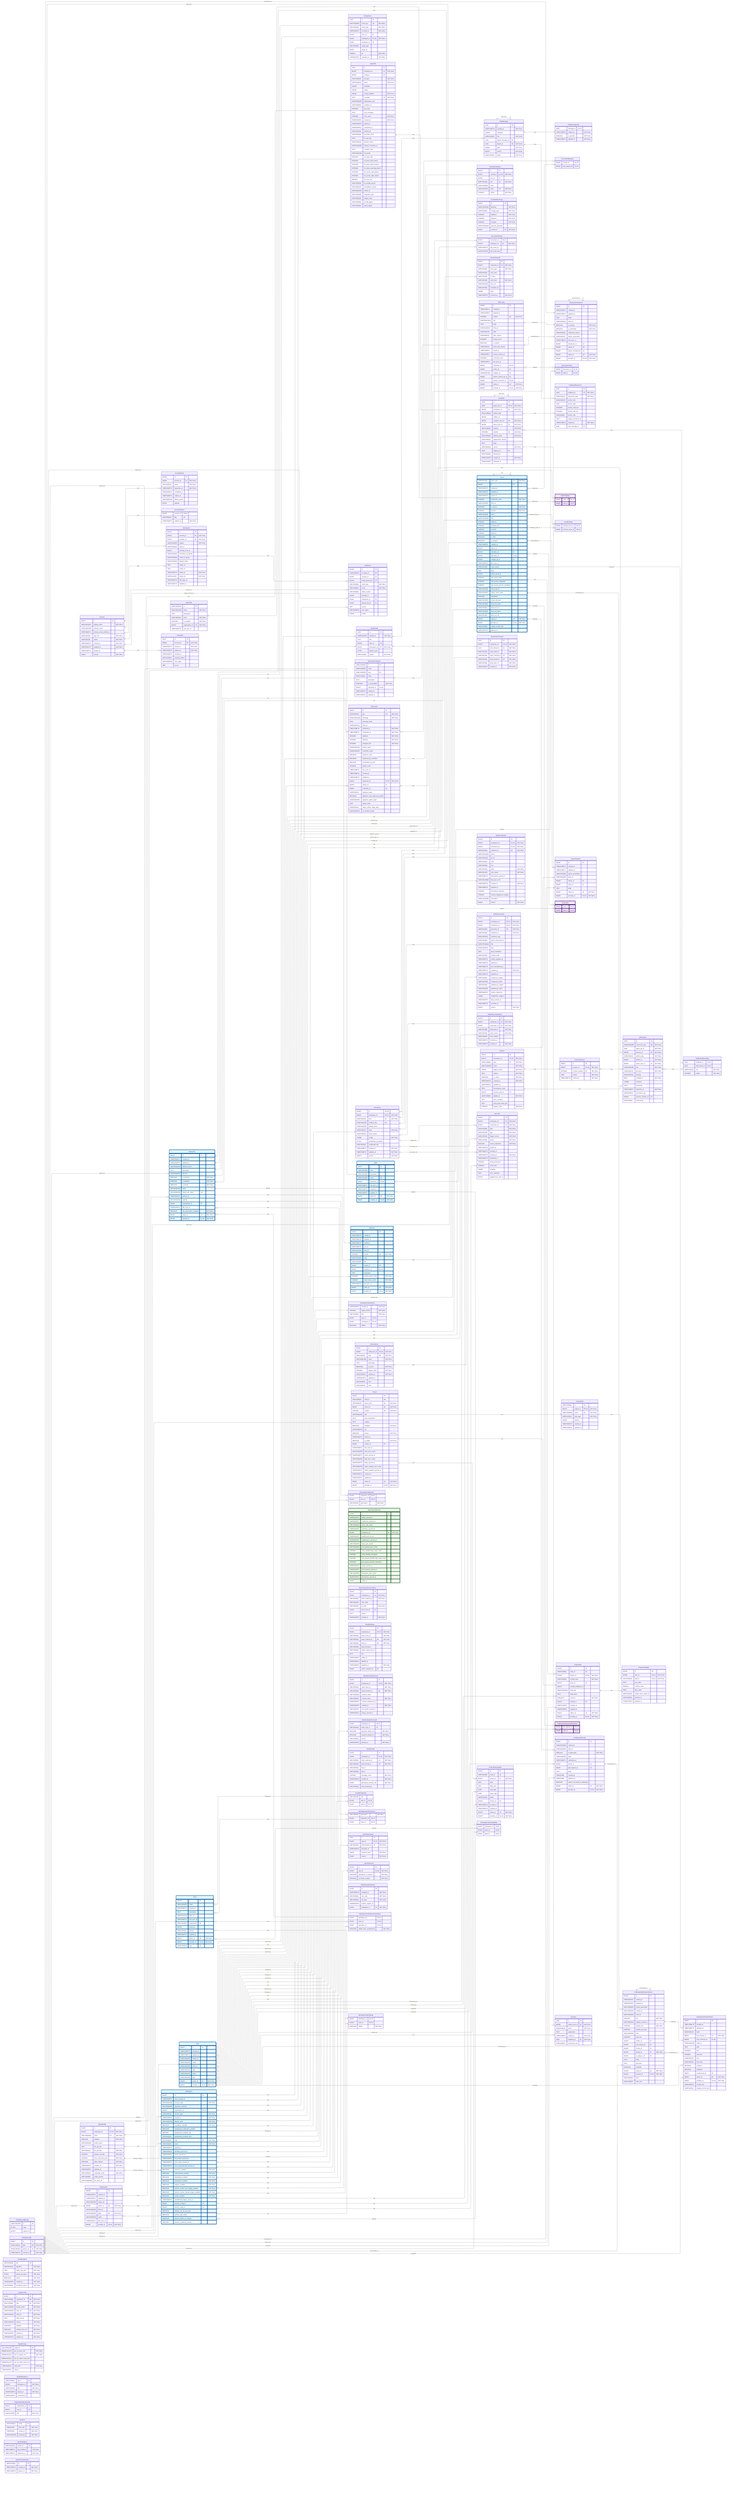
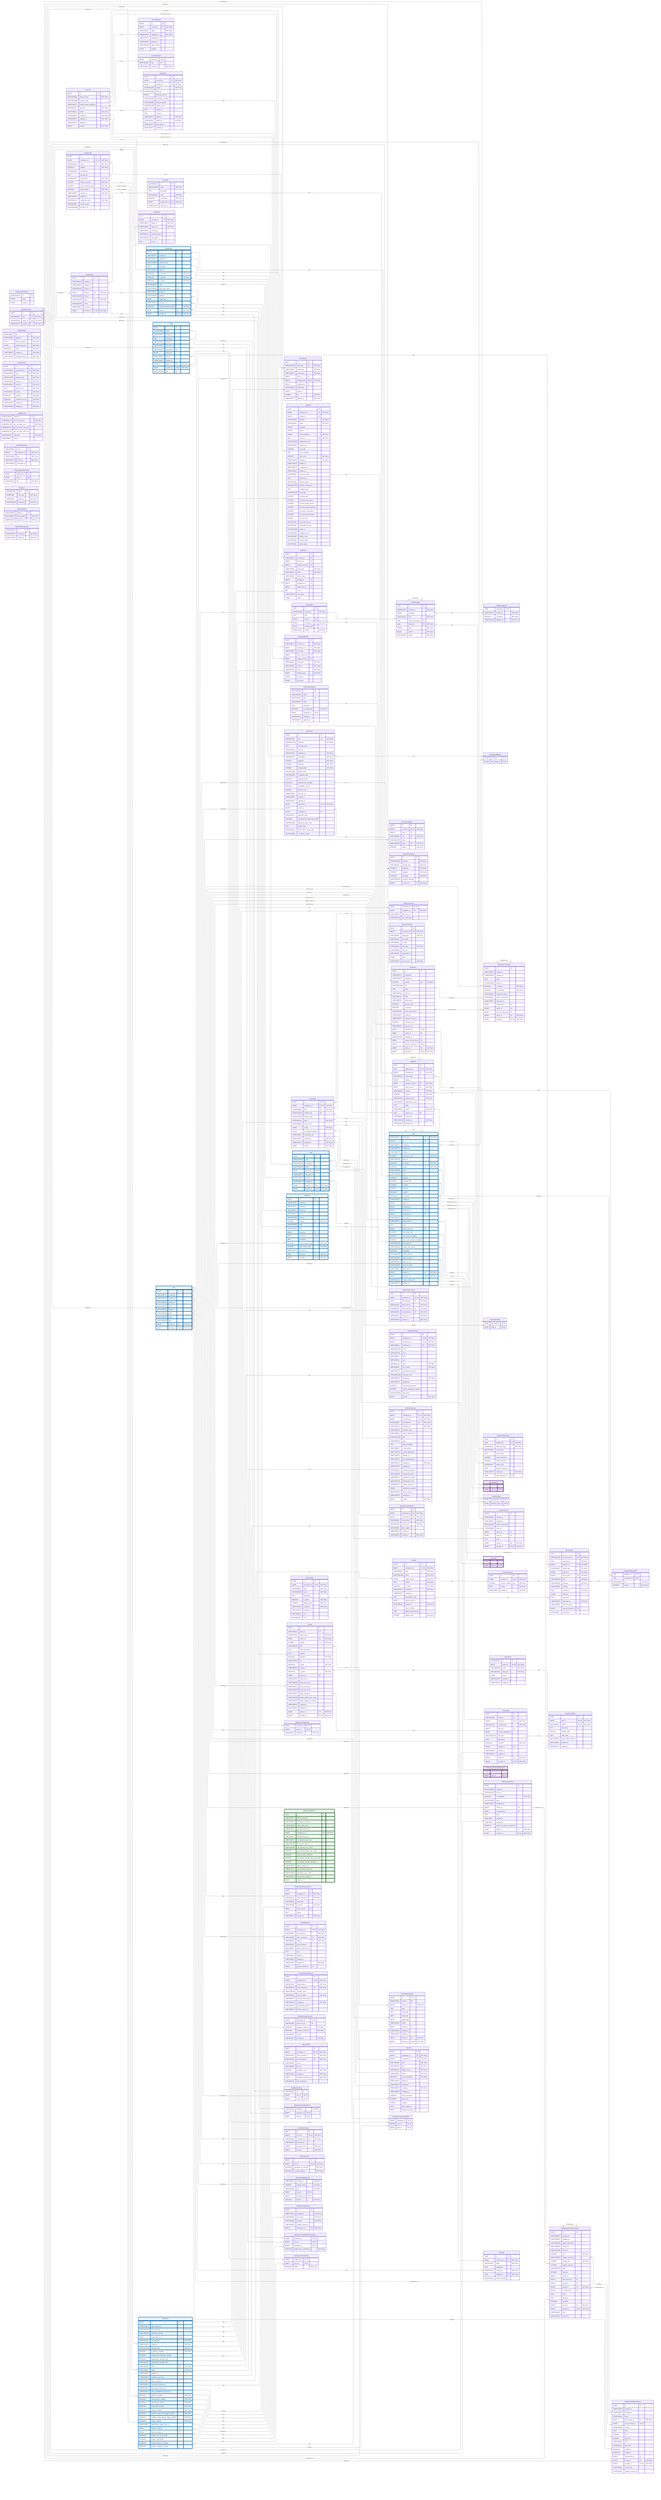
---
config:
    layout: elk
---
erDiagram
    %% Generated automatically from PostgreSQL database schema
    %% using scripts/generate-mermaid-erd.ts
    %% To regenerate: pnpm run db:generate-erd-docs

    direction LR

    Account {
        BIGINT id PK
        VARCHAR(255) display_name "NOT NULL"
        USER-DEFINED primary_email
        TIMESTAMPTZ primary_email_verified_at
        VARCHAR(16) app_role "NOT NULL"
        VARCHAR(16) status "NOT NULL"
        TIMESTAMPTZ created_at "NOT NULL"
        TIMESTAMPTZ updated_at "NOT NULL"
        TIMESTAMPTZ deleted_at
        BIGINT version "NOT NULL"
    }

    AccountExport {
        BIGINT id PK
        BIGINT account_id FK "NOT NULL"
        VARCHAR(16) status "NOT NULL"
        TIMESTAMPTZ requested_at "NOT NULL"
        TIMESTAMPTZ completed_at
        TIMESTAMPTZ expires_at
        VARCHAR(128) failure_reason
        BYTEA payload
    }

    AccountFeature {
        BIGINT account_id PK,FK
        VARCHAR(64) flag PK
        TIMESTAMPTZ enabled_at "NOT NULL"
    }

    ActivityEvent {
        UUID id PK
        VARCHAR(255) event_key UK "NOT NULL"
        VARCHAR(64) event_type "NOT NULL"
        TIMESTAMPTZ occurred_at "NOT NULL"
        BIGINT actor_id FK
        BIGINT workspace_id FK,UK "NOT NULL"
        BIGINT repository_id FK
        VARCHAR(32) target_type
        BIGINT target_id
        DOUBLE xp "NOT NULL"
        TIMESTAMPTZ ingested_at "NOT NULL"
    }

    AgentConfig {
        BIGINT id PK
        BIGINT workspace_id FK,UK "NOT NULL"
        VARCHAR(100) name UK "NOT NULL"
        BOOLEAN enabled "NOT NULL"
        VARCHAR(128) model_name
        TEXT llm_api_key
        VARCHAR(32) llm_provider "NOT NULL"
        INTEGER timeout_seconds "NOT NULL"
        INTEGER max_concurrent_jobs "NOT NULL"
        BOOLEAN allow_internet "NOT NULL"
        TIMESTAMPTZ created_at "NOT NULL"
        TIMESTAMPTZ updated_at
        VARCHAR(16) credential_mode "NOT NULL"
        VARCHAR(50) model_version
        VARCHAR(2048) llm_base_url
    }

    AgentJob {
        UUID id PK
        BIGINT workspace_id FK "NOT NULL"
        BIGINT config_id FK
        VARCHAR(50) job_type "NOT NULL"
        VARCHAR(20) status "NOT NULL"
        JSONB metadata
        JSONB output
        JSONB config_snapshot "NOT NULL"
        TEXT job_token UK "NOT NULL"
        VARCHAR(255) idempotency_key
        VARCHAR(64) container_id
        INTEGER exit_code
        TEXT error_message
        INTEGER retry_count "NOT NULL"
        TIMESTAMPTZ created_at "NOT NULL"
        TIMESTAMPTZ started_at
        TIMESTAMPTZ completed_at
        VARCHAR(64) network_id
        VARCHAR(64) job_token_hash
        TEXT llm_api_key
        VARCHAR(20) delivery_status
        VARCHAR(255) delivery_comment_id
        TEXT container_logs
        VARCHAR(100) llm_model
        INTEGER llm_total_calls
        INTEGER llm_total_input_tokens
        INTEGER llm_total_output_tokens
        INTEGER llm_total_reasoning_tokens
        INTEGER llm_cache_read_tokens
        INTEGER llm_cache_write_tokens
        DOUBLE llm_cost_usd
        VARCHAR(50) llm_model_version
        VARCHAR(32) cancellation_reason
        VARCHAR(255) worker_id
        VARCHAR(48) integration_kind
        VARCHAR(48) subject_class
        VARCHAR(64) prompt_digest
        VARCHAR(64) inputs_digest
    }

    AuthEvent {
        BIGINT id PK
        TIMESTAMPTZ occurred_at PK
        BIGINT account_id FK
        BIGINT acting_account_id FK
        VARCHAR(48) event_type "NOT NULL"
        VARCHAR(16) result "NOT NULL"
        VARCHAR(64) failure_reason
        BIGINT provider_id FK
        BIGINT workspace_id FK
        BIGINT identity_link_id FK
        INET ip_inet
        VARCHAR(512) user_agent
        JSONB details
    }

    AuthRateLimitBucket {
        VARCHAR(255) id PK
        BYTEA state
        BIGINT expires_at
    }

    ChatMessage {
        UUID id PK
        TIMESTAMPTZ created_at "NOT NULL"
        JSONB metadata
        VARCHAR(16) role "NOT NULL"
        UUID parent_message_id FK
        UUID thread_id FK "NOT NULL"
        JSONB parts "NOT NULL"
        BIGINT version "NOT NULL"
        VARCHAR(16) status "NOT NULL"
    }

    ChatMessageVote {
        UUID message_id PK,FK
        TIMESTAMPTZ created_at "NOT NULL"
        BOOLEAN is_upvoted "NOT NULL"
        TIMESTAMPTZ updated_at "NOT NULL"
    }

    ChatThread {
        UUID id PK
        TIMESTAMPTZ created_at "NOT NULL"
        TEXT title
        BIGINT user_id FK
        BIGINT workspace_id FK "NOT NULL"
        BYTEA session_jsonl
        VARCHAR(16) surface "NOT NULL"
    }

    CommitContributor {
        BIGINT id PK
        BIGINT commit_id FK,UK "NOT NULL"
        BIGINT user_id FK
        VARCHAR(32) role UK "NOT NULL"
        VARCHAR(255) name
        VARCHAR(255) email UK "NOT NULL"
        INTEGER ordinal "NOT NULL"
    }

    CommitFileChange {
        BIGINT id PK
        VARCHAR(1024) filename "NOT NULL"
        VARCHAR(32) change_type "NOT NULL"
        INTEGER additions "NOT NULL"
        INTEGER deletions "NOT NULL"
        INTEGER changes "NOT NULL"
        VARCHAR(1024) previous_filename
        BIGINT commit_id FK "NOT NULL"
    }

    CommitPullRequest {
        BIGINT commit_id PK,FK
        BIGINT pull_request_id PK,FK
+     }
+ 
+     ConfigAuditEvent {
+         BIGINT id PK
+         TIMESTAMPTZ occurred_at "NOT NULL"
+         BIGINT workspace_id FK "NOT NULL"
+         VARCHAR(16) actor_kind "NOT NULL"
+         BIGINT actor_account_id FK
+         BIGINT acting_account_id FK
+         VARCHAR(48) entity_type "NOT NULL"
+         VARCHAR(64) entity_id "NOT NULL"
+         VARCHAR(16) action "NOT NULL"
+         ARRAY changed_keys "NOT NULL"
+         JSONB old_value
+         JSONB new_value
    }

    Connection {
        BIGINT id PK,UK
        BIGINT workspace_id FK,UK "NOT NULL"
        VARCHAR(48) kind UK "NOT NULL"
        VARCHAR(128) instance_key UK
        VARCHAR(256) display_name
        VARCHAR(32) state "NOT NULL"
        VARCHAR(512) state_reason
        JSONB config "NOT NULL"
        BYTEA credentials_encrypted
        VARCHAR(64) credentials_alg
        TIMESTAMPTZ created_at "NOT NULL"
        TIMESTAMPTZ updated_at "NOT NULL"
        BIGINT version "NOT NULL"
    }

    ConnectionActivity {
        BIGINT connection_id PK,FK
        BIGINT workspace_id FK "NOT NULL"
        TIMESTAMPTZ last_event_at
        VARCHAR(128) last_event_type
    }

    ConnectionAudit {
        BIGINT id PK
        BIGINT connection_id FK "NOT NULL"
        VARCHAR(48) event_type "NOT NULL"
        VARCHAR(32) from_state
        VARCHAR(32) to_state
        VARCHAR(32) actor_kind "NOT NULL"
        VARCHAR(256) actor_ref
        VARCHAR(64) correlation_id
        JSONB detail
        TIMESTAMPTZ occurred_at "NOT NULL"
    }

    Discussion {
        BIGINT id PK
        TIMESTAMPTZ created_at
        TIMESTAMPTZ updated_at
        INTEGER number UK "NOT NULL"
        VARCHAR(1024) title
        TEXT body
        VARCHAR(512) html_url
        VARCHAR(16) state
        VARCHAR(32) state_reason
        INTEGER upvote_count
        BOOLEAN is_locked
        VARCHAR(32) active_lock_reason
        TIMESTAMPTZ closed_at
        TIMESTAMPTZ answer_chosen_at
        INTEGER comment_count
        TIMESTAMPTZ last_sync_at
        BIGINT repository_id FK,UK
        BIGINT author_id FK
        VARCHAR(128) category_id FK
        BIGINT answer_chosen_by_id FK
        BIGINT answer_comment_id FK,UK
        BIGINT native_id UK "NOT NULL"
        BIGINT provider_id FK,UK "NOT NULL"
    }

    DiscussionCategory {
        VARCHAR(128) id PK
        VARCHAR(255) name
        VARCHAR(128) slug UK
        VARCHAR(32) emoji
        TEXT description
        BOOLEAN is_answerable "NOT NULL"
        BIGINT repository_id FK,UK
        TIMESTAMPTZ created_at
        TIMESTAMPTZ updated_at
    }

    DiscussionComment {
        BIGINT id PK
        TIMESTAMPTZ created_at
        TIMESTAMPTZ updated_at
        TEXT body
        VARCHAR(512) html_url
        BOOLEAN is_answer "NOT NULL"
        BOOLEAN is_minimized "NOT NULL"
        VARCHAR(64) minimized_reason
        VARCHAR(32) author_association
        TIMESTAMPTZ last_sync_at
        BIGINT discussion_id FK
        BIGINT author_id FK
        BIGINT parent_comment_id FK
        BIGINT native_id UK "NOT NULL"
        BIGINT provider_id FK,UK "NOT NULL"
    }

    DiscussionLabel {
        BIGINT discussion_id PK,FK
        BIGINT label_id PK,FK
    }

    Feedback {
        UUID id PK
        UUID agent_job_id FK,UK "NOT NULL"
        BIGINT workspace_id FK "NOT NULL"
        VARCHAR(32) artifact_type
        BIGINT artifact_id
        BIGINT recipient_user_id FK "NOT NULL"
        BIGINT about_user_id FK "NOT NULL"
        VARCHAR(32) channel "NOT NULL"
        INTEGER position UK "NOT NULL"
        VARCHAR(16) delivery_state "NOT NULL"
        VARCHAR(32) suppression_reason
        TEXT body
        VARCHAR(16) source "NOT NULL"
        UUID replaces_id FK
        VARCHAR(64) thread_key
        TIMESTAMPTZ created_at "NOT NULL"
        TIMESTAMPTZ delivered_at
    }

    FeedbackObservation {
        UUID feedback_id PK,FK
        UUID observation_id PK,FK
        VARCHAR(16) role "NOT NULL"
        INTEGER ordinal "NOT NULL"
    }

    FeedbackPlacement {
        UUID id PK
        UUID feedback_id FK "NOT NULL"
        VARCHAR(32) placement_type "NOT NULL"
        VARCHAR(16) anchor_kind
        TEXT anchor_path
        INTEGER anchor_start_line
        INTEGER anchor_end_line
        VARCHAR(8) anchor_side
        TEXT posted_comment_ref
        TIMESTAMPTZ created_at "NOT NULL"
        UUID chat_message_id FK
    }

    GitCommit {
        BIGINT id PK
        VARCHAR(40) sha UK "NOT NULL"
        VARCHAR(1024) message "NOT NULL"
        TEXT message_body
        VARCHAR(512) html_url
        TIMESTAMPTZ authored_at "NOT NULL"
        TIMESTAMPTZ committed_at "NOT NULL"
        INTEGER additions "NOT NULL"
        INTEGER deletions "NOT NULL"
        INTEGER changed_files "NOT NULL"
        VARCHAR(255) author_email
        VARCHAR(255) committer_email
        BOOLEAN signature_valid
        BOOLEAN authored_by_committer
        BOOLEAN committed_via_web
        INTEGER parent_count
        TIMESTAMPTZ last_sync_at
        TIMESTAMPTZ created_at
        TIMESTAMPTZ updated_at
        BIGINT repository_id FK,UK "NOT NULL"
        BIGINT author_id FK
        BIGINT committer_id FK
        VARCHAR(32) signature_state
        BOOLEAN signature_was_signed_by_github
        VARCHAR(255) signature_signer_login
        TEXT parent_shas
        VARCHAR(32) status_check_rollup_state
        VARCHAR(255) on_behalf_of_login
    }

    IdentityLink {
        BIGINT id PK
        BIGINT account_id FK "NOT NULL"
        BIGINT provider_id FK "NOT NULL"
        VARCHAR(255) subject "NOT NULL"
        VARCHAR(255) team_id
        BIGINT external_actor_id
        VARCHAR(255) username_at_signup
        VARCHAR(320) email_at_signup
        VARCHAR(255) display_name
        TEXT avatar_url
        TEXT profile_url
        TIMESTAMPTZ linked_at "NOT NULL"
        VARCHAR(16) linked_via "NOT NULL"
        TIMESTAMPTZ last_login_at
        TIMESTAMPTZ disabled_at
    }

    IdentityProvider {
        BIGINT id PK
        VARCHAR(10) type UK "NOT NULL"
        VARCHAR(512) server_url UK "NOT NULL"
        TIMESTAMPTZ created_at "NOT NULL"
    }

    Issue {
        VARCHAR(31) issue_type UK "NOT NULL"
        BIGINT id PK
        TIMESTAMPTZ created_at
        TIMESTAMPTZ updated_at
        TIMESTAMPTZ closed_at
        INTEGER comments_count "NOT NULL"
        VARCHAR(255) html_url
        BOOLEAN is_locked "NOT NULL"
        INTEGER number UK "NOT NULL"
        VARCHAR(255) state
        VARCHAR(1024) title
        INTEGER additions
        INTEGER changed_files
        INTEGER commits
        INTEGER deletions
        BOOLEAN is_draft
        BOOLEAN is_merged
        TIMESTAMPTZ merged_at
        BIGINT author_id FK
        BIGINT milestone_id FK
        BIGINT repository_id FK,UK
        BIGINT merged_by_id FK
        TIMESTAMPTZ last_sync_at
        VARCHAR(32) state_reason
        TEXT body
        BIGINT parent_issue_id FK
        INTEGER sub_issues_total
        INTEGER sub_issues_completed
        INTEGER sub_issues_percent_completed
        VARCHAR(128) issue_type_id FK
        VARCHAR(255) merge_state_status
        BOOLEAN mergeable
        VARCHAR(255) review_decision
        VARCHAR(255) head_ref_name
        VARCHAR(40) head_ref_oid
        VARCHAR(255) base_ref_name
        VARCHAR(40) base_ref_oid
        BIGINT native_id UK "NOT NULL"
        BIGINT provider_id FK,UK "NOT NULL"
        VARCHAR(40) merge_commit_sha
        TIMESTAMPTZ deleted_at
    }

    IssueAssignee {
        BIGINT issue_id PK,FK
        BIGINT user_id PK,FK
    }

    IssueBlocking {
        BIGINT blocked_issue_id PK,FK
        BIGINT blocking_issue_id PK,FK
    }

    IssueComment {
        BIGINT id PK
        TIMESTAMPTZ created_at
        TIMESTAMPTZ updated_at
        VARCHAR(255) author_association
        VARCHAR(255) html_url
        BIGINT author_id FK
        BIGINT issue_id FK
        TEXT body
        BIGINT native_id UK "NOT NULL"
        BIGINT provider_id FK,UK "NOT NULL"
    }

    IssueLabel {
        BIGINT issue_id PK,FK
        BIGINT label_id PK,FK
    }

    IssueType {
        VARCHAR(128) id PK
        VARCHAR(128) name "NOT NULL"
        TEXT description
        VARCHAR(20) color "NOT NULL"
        BOOLEAN is_enabled "NOT NULL"
        BIGINT organization_id FK "NOT NULL"
        TIMESTAMPTZ last_sync_at
    }

    IssuedJwt {
        UUID jti PK
        BIGINT account_id FK "NOT NULL"
        TIMESTAMPTZ issued_at "NOT NULL"
        TIMESTAMPTZ expires_at "NOT NULL"
        TIMESTAMPTZ revoked_at
        VARCHAR(32) revoked_reason
        VARCHAR(512) user_agent
        INET ip_inet
    }

    JwtSigningKey {
        VARCHAR(64) kid PK
        VARCHAR(16) algorithm "NOT NULL"
        TEXT public_key_pem "NOT NULL"
        BYTEA private_key_pem "NOT NULL"
        BOOLEAN active "NOT NULL"
        TIMESTAMPTZ created_at "NOT NULL"
        VARCHAR(64) encryption_key_id "NOT NULL"
    }

    Label {
        BIGINT id PK
        VARCHAR(255) color
        VARCHAR(255) description
        VARCHAR(255) name UK
        BIGINT repository_id FK,UK
        TIMESTAMPTZ last_sync_at
        TIMESTAMPTZ created_at
        TIMESTAMPTZ updated_at
        BIGINT native_id UK "NOT NULL"
        BIGINT provider_id FK,UK "NOT NULL"
    }

    LoginProvider {
        BIGINT id PK
        VARCHAR(64) registration_id UK "NOT NULL"
        VARCHAR(10) type UK "NOT NULL"
        VARCHAR(255) display_name "NOT NULL"
        VARCHAR(512) base_url UK "NOT NULL"
        VARCHAR(512) client_id "NOT NULL"
        TEXT client_secret "NOT NULL"
        VARCHAR(512) scopes "NOT NULL"
        BOOLEAN enabled "NOT NULL"
        BOOLEAN seeded_from_env "NOT NULL"
        TIMESTAMPTZ created_at "NOT NULL"
        TIMESTAMPTZ updated_at "NOT NULL"
    }

    MentorSlackThread {
        UUID id PK
        BIGINT workspace_id FK,UK "NOT NULL"
        UUID chat_thread_id FK "NOT NULL"
        VARCHAR(32) slack_team_id "NOT NULL"
        VARCHAR(32) slack_channel_id UK "NOT NULL"
        VARCHAR(32) slack_thread_ts UK "NOT NULL"
        VARCHAR(32) slack_user_id "NOT NULL"
        TIMESTAMPTZ created_at "NOT NULL"
    }

    Milestone {
        BIGINT id PK
        TIMESTAMPTZ created_at
        TIMESTAMPTZ updated_at
        TIMESTAMPTZ closed_at
        TIMESTAMPTZ due_on
        VARCHAR(255) html_url
        INTEGER number UK "NOT NULL"
        VARCHAR(255) state
        VARCHAR(255) title
        BIGINT creator_id FK
        BIGINT repository_id FK,UK
        TEXT description
        INTEGER closed_issues_count "NOT NULL"
        INTEGER open_issues_count "NOT NULL"
        TIMESTAMPTZ last_sync_at
        BIGINT native_id UK "NOT NULL"
        BIGINT provider_id FK,UK "NOT NULL"
    }

    ModelPricing {
        VARCHAR(128) model_id PK
        NUMERIC(12,6) per_1k_input_usd "NOT NULL"
        NUMERIC(12,6) per_1k_output_usd "NOT NULL"
        NUMERIC(12,6) per_1k_cache_read_usd
        NUMERIC(12,6) per_1k_cache_write_usd
        TIMESTAMPTZ valid_from "NOT NULL"
        TIMESTAMPTZ valid_to
    }

    OauthStateNonce {
        VARCHAR(32) nonce PK
        BIGINT workspace_id "NOT NULL"
        VARCHAR(48) kind "NOT NULL"
        TIMESTAMPTZ issued_at "NOT NULL"
        TIMESTAMPTZ consumed_at
    }

    Observation {
        UUID id PK
        VARCHAR(255) occurrence_key UK "NOT NULL"
        UUID agent_job_id "NOT NULL"
        BIGINT practice_id FK "NOT NULL"
        VARCHAR(32) artifact_type "NOT NULL"
        BIGINT artifact_id "NOT NULL"
        BIGINT about_user_id FK "NOT NULL"
        VARCHAR(255) title "NOT NULL"
        VARCHAR(16) presence "NOT NULL"
        VARCHAR(16) severity
        REAL confidence "NOT NULL"
        JSONB evidence
        TEXT reasoning
        TIMESTAMPTZ observed_at "NOT NULL"
        VARCHAR(64) recurrence_key
        BIGINT practice_revision_id FK
        VARCHAR(8) assessment
    }

    Organization {
        BIGINT id PK
        TIMESTAMPTZ created_at
        TIMESTAMPTZ updated_at
        VARCHAR(255) avatar_url
        BIGINT native_id UK "NOT NULL"
        VARCHAR(255) html_url
        VARCHAR(255) login UK "NOT NULL"
        VARCHAR(255) name
        TIMESTAMPTZ last_sync_at
        BIGINT provider_id FK,UK "NOT NULL"
    }

    OrganizationMembership {
        BIGINT organization_id PK
        BIGINT user_id PK
        VARCHAR(32) role "NOT NULL"
    }

    OutlineCollection {
        BIGINT id PK
        BIGINT workspace_id FK,UK "NOT NULL"
        BIGINT connection_id FK,UK "NOT NULL"
        VARCHAR(64) collection_id UK "NOT NULL"
        VARCHAR(1024) name
        VARCHAR(512) url_id
        VARCHAR(32) color
        VARCHAR(64) icon
        VARCHAR(16) state "NOT NULL"
        VARCHAR(16) sync_status "NOT NULL"
        TIMESTAMPTZ documents_synced_at
        VARCHAR(2048) last_sync_error
        TIMESTAMPTZ created_at "NOT NULL"
        TIMESTAMPTZ updated_at
        INTEGER documents_upstream
        INTEGER exports_skipped_for_budget
        VARCHAR(2048) description
        BIGINT version "NOT NULL"
    }

    OutlineDocument {
        BIGINT id PK
        BIGINT workspace_id FK,UK "NOT NULL"
        BIGINT connection_id FK,UK "NOT NULL"
        VARCHAR(64) document_id UK "NOT NULL"
        VARCHAR(64) collection_id "NOT NULL"
        VARCHAR(512) collection_slug
        VARCHAR(64) parent_document_id
        VARCHAR(1024) title
        VARCHAR(512) slug
        TEXT body_markdown
        VARCHAR(64) content_hash
        TIMESTAMPTZ outline_updated_at
        TIMESTAMPTZ deleted_at
        TIMESTAMPTZ last_materialized_at
        TIMESTAMPTZ created_at "NOT NULL"
        TIMESTAMPTZ updated_at
        VARCHAR(64) created_by_subject
        VARCHAR(255) created_by_name
        VARCHAR(64) updated_by_subject
        VARCHAR(255) updated_by_name
        TIMESTAMPTZ outline_created_at
        JSONB collaborator_subjects
        TIMESTAMPTZ body_evicted_at
        TIMESTAMPTZ archived_at
        BIGINT version "NOT NULL"
    }

    OutlineDocumentEvent {
        BIGINT id PK
        BIGINT workspace_id FK "NOT NULL"
        BIGINT connection_id FK "NOT NULL"
        VARCHAR(64) document_id "NOT NULL"
        VARCHAR(64) event_name "NOT NULL"
        VARCHAR(64) actor_subject
        TIMESTAMPTZ occurred_at
        TIMESTAMPTZ created_at "NOT NULL"
    }

    Practice {
        BIGINT id PK
        BIGINT workspace_id FK,UK "NOT NULL"
        VARCHAR(64) slug UK "NOT NULL"
        VARCHAR(128) name "NOT NULL"
        JSONB trigger_events "NOT NULL"
        TEXT criteria "NOT NULL"
        BOOLEAN is_active "NOT NULL"
        TIMESTAMPTZ created_at "NOT NULL"
        TIMESTAMPTZ updated_at
        TEXT precompute_script
        BIGINT practice_area_id FK
        VARCHAR(32) applies_to "NOT NULL"
        TEXT why_it_matters
        TEXT what_good_looks_like
        INTEGER display_order "NOT NULL"
    }

    PracticeArea {
        BIGINT id PK
        BIGINT workspace_id FK,UK "NOT NULL"
        VARCHAR(64) slug UK "NOT NULL"
        VARCHAR(128) name "NOT NULL"
        TEXT description
        BOOLEAN is_active "NOT NULL"
        INTEGER display_order "NOT NULL"
        TIMESTAMPTZ created_at "NOT NULL"
        TIMESTAMPTZ updated_at
        VARCHAR(64) icon
        VARCHAR(32) color
    }

    PracticeRevision {
        BIGINT id PK
        BIGINT practice_id FK,UK "NOT NULL"
        INTEGER revision_number UK "NOT NULL"
        TEXT criteria "NOT NULL"
        TIMESTAMPTZ created_at "NOT NULL"
    }

    Project {
        BIGINT id PK
        VARCHAR(64) node_id UK
        VARCHAR(32) owner_type UK "NOT NULL"
        BIGINT owner_id UK "NOT NULL"
        INTEGER number UK "NOT NULL"
        VARCHAR(256) title
        TEXT short_description
        TEXT readme
        BOOLEAN template "NOT NULL"
        VARCHAR(512) url
        BOOLEAN closed "NOT NULL"
        TIMESTAMPTZ closed_at
        BOOLEAN is_public "NOT NULL"
        BIGINT creator_id FK
        TIMESTAMPTZ last_sync_at
        VARCHAR(256) item_sync_cursor
        TIMESTAMPTZ items_synced_at
        VARCHAR(256) field_sync_cursor
        TIMESTAMPTZ fields_synced_at
        VARCHAR(256) status_update_sync_cursor
        TIMESTAMPTZ status_updates_synced_at
        TIMESTAMPTZ created_at
        TIMESTAMPTZ updated_at
        BIGINT native_id UK "NOT NULL"
        BIGINT provider_id FK,UK "NOT NULL"
    }

    ProjectField {
        VARCHAR(64) id PK
        BIGINT project_id FK,UK "NOT NULL"
        VARCHAR(256) name UK "NOT NULL"
        VARCHAR(32) data_type "NOT NULL"
        JSONB options
        TIMESTAMPTZ created_at
        TIMESTAMPTZ updated_at
    }

    ProjectFieldValue {
        BIGINT id PK
        BIGINT item_id FK,UK "NOT NULL"
        VARCHAR(64) field_id FK,UK "NOT NULL"
        TEXT text_value
        DOUBLE number_value
        DATE date_value
        VARCHAR(64) single_select_option_id
        VARCHAR(64) iteration_id
        TIMESTAMPTZ updated_at
    }

    ProjectItem {
        BIGINT id PK
        VARCHAR(64) node_id UK
        BIGINT project_id FK,UK "NOT NULL"
        VARCHAR(32) content_type "NOT NULL"
        BIGINT issue_id FK
        BIGINT content_database_id
        VARCHAR(1024) draft_title
        TEXT draft_body
        BOOLEAN archived "NOT NULL"
        BIGINT creator_id FK
        TIMESTAMPTZ created_at
        TIMESTAMPTZ updated_at
        BIGINT native_id UK "NOT NULL"
        BIGINT provider_id FK,UK "NOT NULL"
    }

    ProjectStatusUpdate {
        BIGINT id PK
        VARCHAR(64) node_id UK
        BIGINT project_id FK "NOT NULL"
        TEXT body
        TEXT body_html
        DATE start_date
        DATE target_date
        VARCHAR(32) status
        BIGINT creator_id FK
        TIMESTAMPTZ created_at
        TIMESTAMPTZ updated_at
        BIGINT native_id UK "NOT NULL"
        BIGINT provider_id FK,UK "NOT NULL"
    }

    PullRequestRequestedReviewer {
        BIGINT pull_request_id PK,FK
        BIGINT user_id PK,FK
    }

    PullRequestReview {
        BIGINT id PK
        VARCHAR(255) commit_id
        VARCHAR(255) html_url
        BOOLEAN is_dismissed "NOT NULL"
        VARCHAR(255) state
        TIMESTAMPTZ submitted_at
        BIGINT author_id FK
        BIGINT pull_request_id FK
        TEXT body
        TIMESTAMP created_at
        TIMESTAMP updated_at
        BOOLEAN author_can_push_to_repository
        BIGINT native_id UK "NOT NULL"
        BIGINT provider_id FK,UK "NOT NULL"
    }

    PullRequestReviewComment {
        BIGINT id PK
        TIMESTAMPTZ created_at
        TIMESTAMPTZ updated_at
        VARCHAR(255) author_association
        VARCHAR(255) commit_id
        VARCHAR(255) html_url
        INTEGER line "NOT NULL"
        VARCHAR(255) original_commit_id
        INTEGER original_line "NOT NULL"
        INTEGER original_start_line
        VARCHAR(255) path
        INTEGER start_line
        BIGINT author_id FK
        BIGINT pull_request_id FK
        BIGINT review_id FK
        BIGINT thread_id FK "NOT NULL"
        BIGINT in_reply_to_id FK
        TEXT body
        TEXT diff_hunk
        BOOLEAN outdated
        BIGINT native_id UK "NOT NULL"
        BIGINT provider_id FK,UK "NOT NULL"
        VARCHAR(16) side
        VARCHAR(16) start_side
    }

    PullRequestReviewThread {
        BIGINT id PK
        TIMESTAMPTZ created_at
        TIMESTAMPTZ updated_at
        VARCHAR(20) state
        BIGINT pull_request_id FK "NOT NULL"
        BIGINT root_comment_id FK,UK
        VARCHAR(128) node_id
        TEXT path
        INTEGER line
        INTEGER start_line
        VARCHAR(16) side
        VARCHAR(16) start_side
        BOOLEAN outdated
        BOOLEAN collapsed
        BIGINT resolved_by_id FK
        BIGINT native_id UK "NOT NULL"
        BIGINT provider_id FK,UK "NOT NULL"
        VARCHAR(64) commit_sha
        VARCHAR(64) original_commit_sha
    }

    Reaction {
        UUID id PK
        BIGINT reactor_user_id FK "NOT NULL"
        VARCHAR(16) action "NOT NULL"
        TEXT explanation
        TIMESTAMPTZ created_at "NOT NULL"
        UUID feedback_id FK "NOT NULL"
        VARCHAR(64) recurrence_key
    }

    Repository {
        BIGINT id PK
        TIMESTAMPTZ created_at
        TIMESTAMPTZ updated_at
        VARCHAR(255) default_branch
        TEXT description
        VARCHAR(512) html_url
        BOOLEAN is_archived "NOT NULL"
        BOOLEAN is_disabled "NOT NULL"
        BOOLEAN is_private "NOT NULL"
        VARCHAR(255) name
        VARCHAR(150) name_with_owner UK
        TIMESTAMPTZ pushed_at
        VARCHAR(255) visibility
        BIGINT organization_id FK
        TIMESTAMPTZ last_sync_at
        BOOLEAN has_discussions_enabled "NOT NULL"
        BIGINT native_id UK "NOT NULL"
        BIGINT provider_id FK,UK "NOT NULL"
    }

    RepositoryCollaborator {
        BIGINT repository_id PK,FK
        BIGINT user_id PK,FK
        VARCHAR(32) permission "NOT NULL"
    }

    RepositoryToMonitor {
        BIGINT id PK
        TIMESTAMPTZ labels_synced_at
        TIMESTAMPTZ milestones_synced_at
        VARCHAR(255) name_with_owner
        TIMESTAMPTZ repository_synced_at
        BIGINT workspace_id FK "NOT NULL"
        TIMESTAMPTZ backfill_last_run_at
        TIMESTAMPTZ collaborators_synced_at
        VARCHAR(255) issue_sync_cursor
        VARCHAR(255) pull_request_sync_cursor
        INTEGER issue_backfill_high_water_mark
        INTEGER issue_backfill_checkpoint
        INTEGER pull_request_backfill_high_water_mark
        INTEGER pull_request_backfill_checkpoint
        TIMESTAMPTZ issues_synced_at
        TIMESTAMPTZ pull_requests_synced_at
        VARCHAR(255) discussion_sync_cursor
        TIMESTAMPTZ discussions_synced_at
        BIGINT native_id
    }

    Shedlock {
        VARCHAR(64) name PK
        TIMESTAMP lock_until "NOT NULL"
        TIMESTAMP locked_at "NOT NULL"
        VARCHAR(255) locked_by "NOT NULL"
    }

    SlackChannelConsentEvent {
        BIGINT id PK
        BIGINT workspace_id FK "NOT NULL"
        VARCHAR(32) slack_channel_id "NOT NULL"
        VARCHAR(16) from_state
        VARCHAR(16) to_state "NOT NULL"
        BIGINT actor_user_id FK
        TEXT reason
        TIMESTAMPTZ created_at "NOT NULL"
    }

    SlackMessage {
        BIGINT id PK
        BIGINT workspace_id FK,UK "NOT NULL"
        VARCHAR(32) slack_team_id "NOT NULL"
        VARCHAR(32) slack_channel_id UK "NOT NULL"
        VARCHAR(32) slack_ts UK "NOT NULL"
        VARCHAR(32) slack_thread_ts
        VARCHAR(32) author_slack_user_id
        TEXT text
        TIMESTAMPTZ edited_at
        TIMESTAMPTZ deleted_at
        TIMESTAMPTZ ingested_at "NOT NULL"
        BIGINT author_member_id FK
    }

    SlackMonitoredChannel {
        BIGINT id PK
        BIGINT workspace_id FK,UK "NOT NULL"
        VARCHAR(32) slack_team_id "NOT NULL"
        VARCHAR(32) slack_channel_id UK "NOT NULL"
        VARCHAR(256) channel_name
        VARCHAR(16) consent_state "NOT NULL"
        TIMESTAMPTZ consent_announced_at
        TIMESTAMPTZ created_at "NOT NULL"
        VARCHAR(32) last_history_synced_ts
        TIMESTAMPTZ history_synced_at
    }

    SlackParticipantConsent {
        BIGINT workspace_id PK,FK
        VARCHAR(32) slack_user_id PK
        BOOLEAN ingestion_opted_out "NOT NULL"
        BOOLEAN research_opted_out "NOT NULL"
        VARCHAR(32) source
        TIMESTAMPTZ decided_at "NOT NULL"
    }

    SlackThread {
        BIGINT id PK
        BIGINT workspace_id FK,UK "NOT NULL"
        VARCHAR(32) slack_channel_id UK "NOT NULL"
        VARCHAR(32) slack_thread_ts UK "NOT NULL"
        VARCHAR(32) first_ts
        VARCHAR(32) last_ts
        INTEGER message_count "NOT NULL"
        TIMESTAMPTZ created_at "NOT NULL"
        ARRAY participant_member_ids "NOT NULL"
        VARCHAR(32) last_reviewed_ts
    }

    SyncJob {
        BIGINT id PK
        BIGINT workspace_id FK "NOT NULL"
        BIGINT connection_id FK "NOT NULL"
        VARCHAR(48) kind "NOT NULL"
        VARCHAR(32) type "NOT NULL"
        VARCHAR(32) trigger_source "NOT NULL"
        VARCHAR(32) status "NOT NULL"
        BOOLEAN cancel_requested "NOT NULL"
        TIMESTAMPTZ started_at
        TIMESTAMPTZ finished_at
        TIMESTAMPTZ created_at "NOT NULL"
        TIMESTAMPTZ heartbeat_at
        INTEGER items_processed
        INTEGER items_total
        JSONB progress
        TEXT error_summary
        BIGINT triggered_by_user_id
    }

    Team {
        BIGINT id PK
        VARCHAR(255) name
        TIMESTAMPTZ created_at
        TEXT description
        VARCHAR(512) html_url
        TIMESTAMPTZ last_sync_at
        VARCHAR(255) organization UK
        BIGINT parent_id
        VARCHAR(32) privacy
        TIMESTAMPTZ updated_at
        BIGINT native_id UK "NOT NULL"
        BIGINT provider_id FK,UK "NOT NULL"
        VARCHAR(512) slug UK
    }

    TeamMembership {
        VARCHAR(32) role
        BIGINT user_id PK,FK
        BIGINT team_id PK,FK
    }

    TeamRepositoryPermission {
        VARCHAR(32) permission "NOT NULL"
        BIGINT repository_id PK,FK
        BIGINT team_id PK,FK
    }

    User {
        BIGINT id PK
        TIMESTAMPTZ created_at
        TIMESTAMPTZ updated_at
        VARCHAR(255) avatar_url
        VARCHAR(255) email
        VARCHAR(255) html_url
        VARCHAR(255) login
        VARCHAR(255) name
        VARCHAR(255) type
        BIGINT native_id UK "NOT NULL"
        BIGINT provider_id FK,UK "NOT NULL"
    }

    UserAchievement {
        UUID id PK
        BIGINT user_id FK,UK "NOT NULL"
        VARCHAR(64) achievement_id UK "NOT NULL"
        TIMESTAMPTZ unlocked_at
        JSONB progress_data "NOT NULL"
        BIGINT version "NOT NULL"
    }

    UserPreference {
        BIGINT id PK
        BIGINT user_id FK,UK "NOT NULL"
        BOOLEAN participate_in_research "NOT NULL"
        BOOLEAN ai_review_enabled "NOT NULL"
    }

    WorkerRegistry {
        VARCHAR(255) worker_id PK
        TIMESTAMPTZ last_heartbeat "NOT NULL"
        TIMESTAMPTZ registered_at "NOT NULL"
    }

    WorkerTokenDenylist {
        VARCHAR(64) jti PK
        TIMESTAMPTZ revoked_at "NOT NULL"
        TIMESTAMPTZ expires_at "NOT NULL"
    }

    Workspace {
        BIGINT id PK
        TIMESTAMPTZ users_synced_at
        VARCHAR(120) account_login "NOT NULL"
        VARCHAR(255) repository_selection
        BIGINT organization_id FK,UK
        VARCHAR(10) account_type "NOT NULL"
        TIMESTAMPTZ created_at "NOT NULL"
        VARCHAR(120) display_name "NOT NULL"
        BOOLEAN is_publicly_viewable "NOT NULL"
        BOOLEAN leaderboard_notification_enabled
        INTEGER leaderboard_schedule_day
        VARCHAR(10) leaderboard_schedule_time
        VARCHAR(64) slug UK "NOT NULL"
        VARCHAR(20) status "NOT NULL"
        TIMESTAMPTZ updated_at
        TIMESTAMPTZ members_synced_at
        TIMESTAMPTZ teams_synced_at
        TIMESTAMPTZ sub_issues_synced_at
        TIMESTAMPTZ issue_types_synced_at
        TIMESTAMPTZ issue_dependencies_synced_at
        BOOLEAN practices_enabled "NOT NULL"
        BOOLEAN achievements_enabled "NOT NULL"
        BOOLEAN leaderboard_enabled "NOT NULL"
        BOOLEAN progression_enabled "NOT NULL"
        BOOLEAN leagues_enabled "NOT NULL"
        BOOLEAN practice_review_auto_trigger_enabled "NOT NULL"
        BOOLEAN practice_review_manual_trigger_enabled "NOT NULL"
        BOOLEAN mentor_enabled "NOT NULL"
        TIMESTAMPTZ leaderboard_league_cycle_at
        BIGINT practice_config_id FK
        BIGINT mentor_config_id FK
        BOOLEAN practice_run_for_all_users
        BOOLEAN practice_skip_drafts
        BOOLEAN practice_deliver_to_merged
        INTEGER practice_cooldown_minutes
    }

    WorkspaceMembership {
        TIMESTAMPTZ created_at "NOT NULL"
        INTEGER league_points "NOT NULL"
        VARCHAR(16) role "NOT NULL"
        BIGINT user_id PK,FK
        BIGINT workspace_id PK,FK
        BOOLEAN hidden "NOT NULL"
    }

    WorkspaceSlugHistory {
        BIGINT id PK
        TIMESTAMPTZ changed_at "NOT NULL"
        VARCHAR(64) new_slug "NOT NULL"
        VARCHAR(64) old_slug "NOT NULL"
        TIMESTAMPTZ redirect_expires_at
        BIGINT workspace_id FK "NOT NULL"
    }

    WorkspaceTeamLabelFilter {
        BIGINT workspace_id PK,FK
        BIGINT team_id PK,FK
        BIGINT label_id PK,FK
    }

    WorkspaceTeamRepositorySetting {
        BIGINT workspace_id PK,FK
        BIGINT team_id PK,FK
        BIGINT repository_id PK,FK
        BOOLEAN hidden_from_contributions "NOT NULL"
    }

    WorkspaceTeamSetting {
        BIGINT workspace_id PK,FK
        BIGINT team_id PK,FK
        BOOLEAN hidden "NOT NULL"
    }

    %% Relationships
    %% One-to-One relationships
    Account ||--|| AccountFeature : has
    Workspace ||--|| ActivityEvent : has
    Workspace ||--|| AgentConfig : has
    ChatMessage ||--|| ChatMessageVote : has
    GitCommit ||--|| CommitContributor : has
    Workspace ||--|| Connection : has
    Repository ||--|| Discussion : has
    DiscussionComment ||--|| Discussion : references
    IdentityProvider ||--|| Discussion : references
    Repository ||--|| DiscussionCategory : has
    IdentityProvider ||--|| DiscussionComment : commented_on
    AgentJob ||--|| Feedback : has
    Repository ||--|| GitCommit : has
    Repository ||--|| Issue : has
    IdentityProvider ||--|| Issue : references
    IdentityProvider ||--|| IssueComment : commented_on
    Repository ||--|| Label : labeled
    IdentityProvider ||--|| Label : labeled
    Workspace ||--|| MentorSlackThread : has
    Repository ||--|| Milestone : has
    IdentityProvider ||--|| Milestone : references
    IdentityProvider ||--|| Organization : references
    Workspace ||--|| OutlineCollection : has
    Connection ||--|| OutlineCollection : has
    Workspace ||--|| OutlineDocument : has
    Connection ||--|| OutlineDocument : has
    Workspace ||--|| Practice : has
    Workspace ||--|| PracticeArea : has
    Practice ||--|| PracticeRevision : has
    IdentityProvider ||--|| Project : references
    Project ||--|| ProjectField : has
    ProjectItem ||--|| ProjectFieldValue : has
    ProjectField ||--|| ProjectFieldValue : has
    Project ||--|| ProjectItem : has
    IdentityProvider ||--|| ProjectItem : references
    IdentityProvider ||--|| ProjectStatusUpdate : references
    IdentityProvider ||--|| PullRequestReview : reviewed
    IdentityProvider ||--|| PullRequestReviewComment : commented_on
    PullRequestReviewComment ||--|| PullRequestReviewThread : reviewed
    IdentityProvider ||--|| PullRequestReviewThread : reviewed
    IdentityProvider ||--|| Repository : references
    Workspace ||--|| SlackMessage : has
    Workspace ||--|| SlackMonitoredChannel : has
    Workspace ||--|| SlackParticipantConsent : has
    Workspace ||--|| SlackThread : has
    IdentityProvider ||--|| Team : references
    IdentityProvider ||--|| User : references
    User ||--|| UserAchievement : has
    User ||--|| UserPreference : has
    Organization ||--|| Workspace : has
    User ||--|| WorkspaceMembership : belongs_to
    Workspace ||--|| WorkspaceMembership : belongs_to

    %% One-to-Many relationships
    Account ||--o{ AccountExport : has
    User ||--o{ ActivityEvent : references
    Repository ||--o{ ActivityEvent : has
    Workspace ||--o{ AgentJob : has
    AgentConfig ||--o{ AgentJob : has
    Account ||--o{ AuthEvent : account_id
    Account ||--o{ AuthEvent : acting_account_id
    IdentityProvider ||--o{ AuthEvent : references
    Workspace ||--o{ AuthEvent : has
    IdentityLink ||--o{ AuthEvent : has
    ChatMessage ||--o{ ChatMessage : references
    ChatThread ||--o{ ChatMessage : has
    User ||--o{ ChatThread : has
    Workspace ||--o{ ChatThread : has
    User ||--o{ CommitContributor : has
    GitCommit ||--o{ CommitFileChange : has
+     Workspace ||--o{ ConfigAuditEvent : has
+     Account ||--o{ ConfigAuditEvent : actor_account_id
+     Account ||--o{ ConfigAuditEvent : acting_account_id
    Connection ||--o{ ConnectionAudit : has
    User ||--o{ Discussion : authored_by
    DiscussionCategory ||--o{ Discussion : has
    User ||--o{ Discussion : references
    Discussion ||--o{ DiscussionComment : commented_on
    User ||--o{ DiscussionComment : commented_on
    DiscussionComment ||--o{ DiscussionComment : commented_on
    Workspace ||--o{ Feedback : has
    User ||--o{ Feedback : recipient_user_id
    User ||--o{ Feedback : about_user_id
    Feedback ||--o{ Feedback : references
    Feedback ||--o{ FeedbackPlacement : has
    ChatMessage ||--o{ FeedbackPlacement : has
    User ||--o{ GitCommit : authored_by
    User ||--o{ GitCommit : references
    Account ||--o{ IdentityLink : has
    IdentityProvider ||--o{ IdentityLink : references
    User ||--o{ Issue : authored_by
    Milestone ||--o{ Issue : has
    User ||--o{ Issue : merged_by
    Issue ||--o{ Issue : has
    IssueType ||--o{ Issue : has
    User ||--o{ IssueComment : commented_on
    Issue ||--o{ IssueComment : commented_on
    Organization ||--o{ IssueType : has
    Account ||--o{ IssuedJwt : has
    ChatThread ||--o{ MentorSlackThread : has
    User ||--o{ Milestone : created_by
    Practice ||--o{ Observation : has
    User ||--o{ Observation : has
    PracticeRevision ||--o{ Observation : has
    Workspace ||--o{ OutlineDocumentEvent : has
    Connection ||--o{ OutlineDocumentEvent : has
    PracticeArea ||--o{ Practice : has
    User ||--o{ Project : created_by
    Issue ||--o{ ProjectItem : has
    User ||--o{ ProjectItem : created_by
    Project ||--o{ ProjectStatusUpdate : has
    User ||--o{ ProjectStatusUpdate : created_by
    User ||--o{ PullRequestReview : reviewed
    Issue ||--o{ PullRequestReview : reviewed
    User ||--o{ PullRequestReviewComment : commented_on
    Issue ||--o{ PullRequestReviewComment : commented_on
    PullRequestReview ||--o{ PullRequestReviewComment : commented_on
    PullRequestReviewThread ||--o{ PullRequestReviewComment : commented_on
    PullRequestReviewComment ||--o{ PullRequestReviewComment : commented_on
    Issue ||--o{ PullRequestReviewThread : reviewed
    User ||--o{ PullRequestReviewThread : reviewed
    User ||--o{ Reaction : has
    Feedback ||--o{ Reaction : has
    Organization ||--o{ Repository : has
    Workspace ||--o{ RepositoryToMonitor : monitors
    Workspace ||--o{ SlackChannelConsentEvent : has
    User ||--o{ SlackChannelConsentEvent : has
    User ||--o{ SlackMessage : authored_by
    Workspace ||--o{ SyncJob : has
    Connection ||--o{ SyncJob : references
    Connection ||--o{ SyncJob : connection_id
    Connection ||--o{ SyncJob : connection_id
    AgentConfig ||--o{ Workspace : practice_config_id
    AgentConfig ||--o{ Workspace : mentor_config_id
    Workspace ||--o{ WorkspaceSlugHistory : has

    %% Many-to-Many relationships
    GitCommit }o--o{ CommitPullRequest : has
    Issue }o--o{ CommitPullRequest : references
    Connection }o--o{ ConnectionActivity : has
    Workspace }o--o{ ConnectionActivity : has
    Discussion }o--o{ DiscussionLabel : labeled
    Label }o--o{ DiscussionLabel : labeled
    Feedback }o--o{ FeedbackObservation : has
    Observation }o--o{ FeedbackObservation : has
    Issue }o--o{ IssueAssignee : assigned_to
    User }o--o{ IssueAssignee : assigned_to
    Issue }o--o{ IssueBlocking : blocked_issue_id
    Issue }o--o{ IssueBlocking : blocking_issue_id
    Issue }o--o{ IssueLabel : labeled
    Label }o--o{ IssueLabel : labeled
    Issue }o--o{ PullRequestRequestedReviewer : reviewed
    User }o--o{ PullRequestRequestedReviewer : reviewed
    Repository }o--o{ RepositoryCollaborator : has
    User }o--o{ RepositoryCollaborator : has
    User }o--o{ TeamMembership : belongs_to
    Team }o--o{ TeamMembership : belongs_to
    Repository }o--o{ TeamRepositoryPermission : has
    Team }o--o{ TeamRepositoryPermission : has
    Workspace }o--o{ WorkspaceTeamLabelFilter : labeled
    Team }o--o{ WorkspaceTeamLabelFilter : labeled
    Label }o--o{ WorkspaceTeamLabelFilter : labeled
    Workspace }o--o{ WorkspaceTeamRepositorySetting : has
    Team }o--o{ WorkspaceTeamRepositorySetting : has
    Repository }o--o{ WorkspaceTeamRepositorySetting : has
    Workspace }o--o{ WorkspaceTeamSetting : has
    Team }o--o{ WorkspaceTeamSetting : has

    %% Styling
    classDef primaryEntity fill:#e1f5fe,stroke:#01579b,stroke-width:2px
    classDef associationEntity fill:#f3e5f5,stroke:#4a148c,stroke-width:2px
    classDef metadataEntity fill:#e8f5e8,stroke:#1b5e20,stroke-width:2px

    class Issue primaryEntity
    class IssueAssignee associationEntity
    class IssueLabel associationEntity
    class Label primaryEntity
    class Milestone primaryEntity
    class PullRequestRequestedReviewer associationEntity
    class Repository primaryEntity
    class RepositoryToMonitor metadataEntity
    class Team primaryEntity
    class User primaryEntity
    class Workspace primaryEntity
